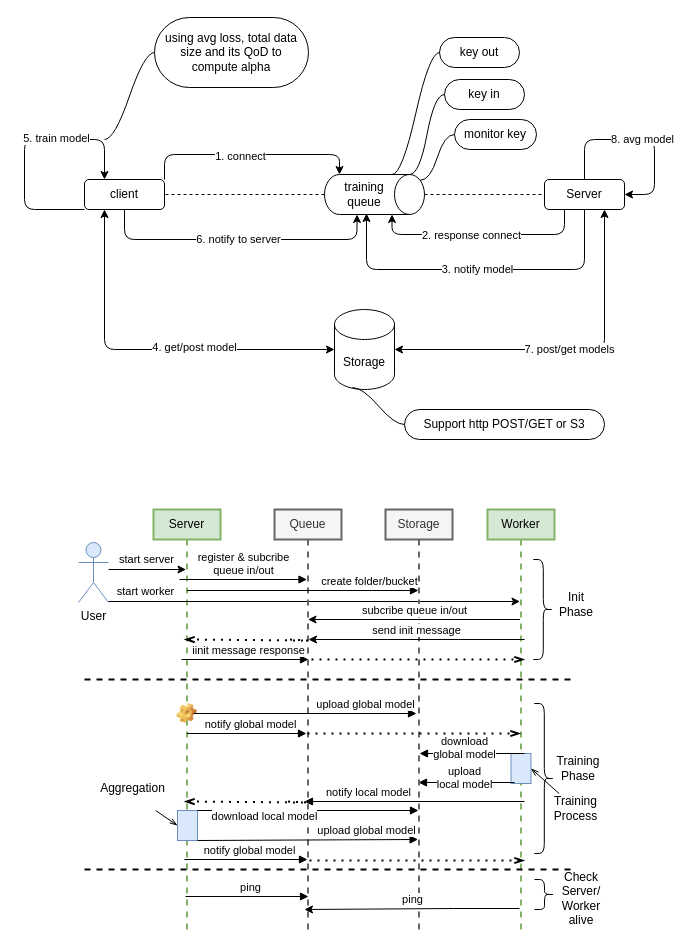
soeai/asyn2f keeps this draw.io diagram as page "Page-1" (1 of 6) of Diagram.drawio. Above is the earlier version. Source tidied: cells renumbered, new cells numbered last; positions are measured from the earlier drawing's top-left corner, leaving out a move shared by most shapes. Both pictures are drawn from the tidied source at 100%, with x=0, y=0 at pixel (24, 17).
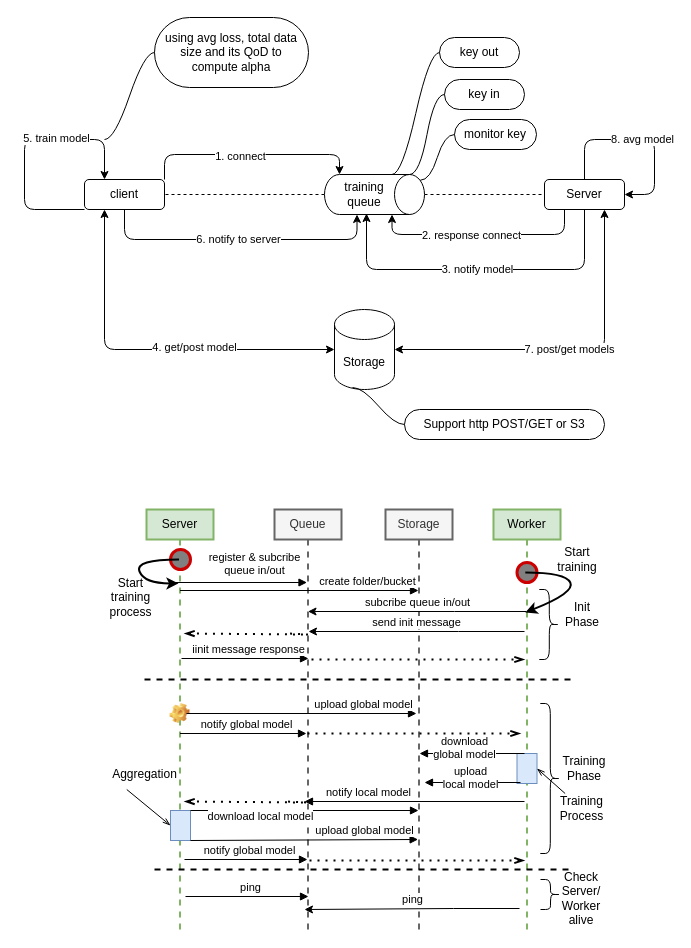
The same diagram, later.

Unchanged cells that the change refers to:
```xml
<mxCell id="33" style="rounded=0;whiteSpace=wrap;html=1;shadow=0;gradientDirection=east;fillColor=#dae8fc;strokeColor=#6c8ebf;" parent="31" vertex="1">
  <mxGeometry x="24" y="301" width="20" height="30" as="geometry" />
</mxCell>
<mxCell id="38" value="Queue" style="shape=umlLifeline;perimeter=lifelinePerimeter;whiteSpace=wrap;html=1;outlineConnect=0;shadow=0;gradientDirection=east;size=30;fillColor=#f5f5f5;fontColor=#333333;strokeColor=#666666;strokeWidth=2;" parent="1" vertex="1">
  <mxGeometry x="250" y="492" width="67" height="420" as="geometry" />
</mxCell>
```

The edit, as a diff of the source:
```diff
@@
     <mxCell id="31" value="Server" style="shape=umlLifeline;perimeter=lifelinePerimeter;whiteSpace=wrap;html=1;outlineConnect=0;shadow=0;gradientDirection=east;size=30;fillColor=#d5e8d4;strokeColor=#82b366;strokeWidth=2;" parent="1" vertex="1">
-      <mxGeometry x="129" y="492" width="67" height="420" as="geometry" />
+      <mxGeometry x="122" y="492" width="67" height="420" as="geometry" />
     </mxCell>
-    <mxCell id="32" value="start worker" style="edgeStyle=none;rounded=0;jettySize=auto;html=1;" parent="31" edge="1" target="34">
-      <mxGeometry x="-0.82" y="10" relative="1" as="geometry">
-        <mxPoint x="-45" y="92" as="sourcePoint" />
-      </mxGeometry>
-    </mxCell>
@@
+    <mxCell id="74" style="ellipse;whiteSpace=wrap;html=1;fillColor=#808080;strokeColor=#CC0000;strokeWidth=3;" parent="31" vertex="1">
+      <mxGeometry x="24" y="40" width="20" height="20" as="geometry" />
+    </mxCell>
     <mxCell id="34" value="Worker" style="shape=umlLifeline;perimeter=lifelinePerimeter;whiteSpace=wrap;html=1;outlineConnect=0;shadow=0;gradientDirection=east;size=30;fillColor=#d5e8d4;strokeColor=#82b366;strokeWidth=2;" parent="1" vertex="1">
-      <mxGeometry x="463" y="492" width="67" height="420" as="geometry" />
+      <mxGeometry x="469" y="492" width="67" height="420" as="geometry" />
     </mxCell>
@@
+    <mxCell id="75" style="ellipse;whiteSpace=wrap;html=1;fillColor=#808080;strokeWidth=3;strokeColor=#CC0000;" parent="34" vertex="1">
+      <mxGeometry x="23.5" y="53" width="20" height="20" as="geometry" />
+    </mxCell>
@@
-    <mxCell id="43" value="start server" style="edgeStyle=none;rounded=0;jettySize=auto;html=1;" parent="1" edge="1" target="31">
-      <mxGeometry x="-0.03" y="10" relative="1" as="geometry">
-        <mxPoint x="84" y="552" as="sourcePoint" />
-      </mxGeometry>
-    </mxCell>
-    <mxCell id="44" value="User" style="shape=umlActor;verticalLabelPosition=bottom;verticalAlign=top;html=1;shadow=0;gradientDirection=east;fillColor=#dae8fc;strokeColor=#6c8ebf;" parent="1" vertex="1">
-      <mxGeometry x="54" y="525" width="30" height="60" as="geometry" />
-    </mxCell>
-    <mxCell id="45" value="register &amp;amp; subcribe &lt;br&gt;queue in/out" style="html=1;verticalAlign=bottom;endArrow=block;rounded=0;" parent="1" edge="1" target="38">
-      <mxGeometry relative="1" as="geometry">
-        <mxPoint x="155" y="562" as="sourcePoint" />
+    <mxCell id="45" value="register &amp;amp; subcribe &lt;br&gt;queue in/out" style="html=1;verticalAlign=bottom;endArrow=block;rounded=0;" parent="1" edge="1">
+      <mxGeometry x="0.21" y="3" relative="1" as="geometry">
+        <mxPoint x="150" y="565" as="sourcePoint" />
+        <mxPoint x="282.5" y="565" as="targetPoint" />
       </mxGeometry>
     </mxCell>
@@
-    <mxCell id="47" value="subcribe queue in/out" style="html=1;verticalAlign=bottom;endArrow=none;rounded=0;startArrow=classic;startFill=1;endFill=0;" parent="1" edge="1" source="38" target="34">
+    <mxCell id="47" value="subcribe queue in/out" style="html=1;verticalAlign=bottom;endArrow=none;rounded=0;startArrow=classic;startFill=1;endFill=0;" parent="1" edge="1">
       <mxGeometry relative="1" as="geometry">
+        <mxPoint x="283.5" y="594" as="sourcePoint" />
+        <mxPoint x="501.5" y="594" as="targetPoint" />
         <Array as="points">
-          <mxPoint x="430" y="602" />
+          <mxPoint x="430" y="594" />
         </Array>
       </mxGeometry>
     </mxCell>
     <mxCell id="48" style="shape=curlyBracket;whiteSpace=wrap;html=1;rounded=1;flipH=1;shadow=0;gradientColor=none;gradientDirection=east;" parent="1" vertex="1">
-      <mxGeometry x="508.8" y="542" width="20" height="100" as="geometry" />
+      <mxGeometry x="514.8" y="572" width="20" height="70" as="geometry" />
     </mxCell>
     <mxCell id="49" value="Init Phase" style="text;html=1;strokeColor=none;fillColor=none;align=center;verticalAlign=middle;whiteSpace=wrap;rounded=0;shadow=0;" parent="1" vertex="1">
-      <mxGeometry x="527" y="572" width="50" height="30" as="geometry" />
+      <mxGeometry x="533" y="582" width="50" height="30" as="geometry" />
     </mxCell>
@@
     <mxCell id="55" style="endArrow=none;dashed=1;html=1;dashPattern=1 3;strokeWidth=2;rounded=0;endFill=0;endSize=4;startArrow=openThin;startFill=0;" parent="1" edge="1">
       <mxGeometry relative="1" as="geometry">
-        <mxPoint x="160" y="622" as="sourcePoint" />
-        <mxPoint x="264" y="622" as="targetPoint" />
+        <mxPoint x="160" y="616" as="sourcePoint" />
+        <mxPoint x="264" y="616" as="targetPoint" />
         <Array as="points">
-          <mxPoint x="284" y="623" />
+          <mxPoint x="284" y="617" />
         </Array>
       </mxGeometry>
     </mxCell>
@@
     <mxCell id="58" style="shape=curlyBracket;whiteSpace=wrap;html=1;rounded=1;flipH=1;shadow=0;gradientColor=none;gradientDirection=east;" parent="1" vertex="1">
-      <mxGeometry x="509.8" y="686" width="20" height="150" as="geometry" />
+      <mxGeometry x="515.8" y="686" width="20" height="150" as="geometry" />
     </mxCell>
     <mxCell id="59" value="Training Phase" style="text;html=1;strokeColor=none;fillColor=none;align=center;verticalAlign=middle;whiteSpace=wrap;rounded=0;shadow=0;" parent="1" vertex="1">
-      <mxGeometry x="527.8" y="736" width="51.6" height="30" as="geometry" />
+      <mxGeometry x="533.8" y="736" width="51.6" height="30" as="geometry" />
     </mxCell>
-    <mxCell id="60" style="edgeStyle=none;rounded=0;jettySize=auto;html=1;entryX=0;entryY=0.5;entryDx=0;entryDy=0;startArrow=none;startFill=0;endArrow=openThin;endFill=0;endSize=6;" parent="1" edge="1" target="33">
-      <mxGeometry relative="1" as="geometry">
-        <mxPoint x="131.2" y="793" as="sourcePoint" />
-      </mxGeometry>
-    </mxCell>
-    <mxCell id="61" value="Aggregation" style="text;html=1;strokeColor=none;fillColor=none;align=center;verticalAlign=middle;whiteSpace=wrap;rounded=0;shadow=0;" parent="1" vertex="1">
-      <mxGeometry x="72" y="756" width="73" height="30" as="geometry" />
-    </mxCell>
@@
     <mxCell id="63" value="Training Process" style="text;html=1;strokeColor=none;fillColor=none;align=center;verticalAlign=middle;whiteSpace=wrap;rounded=0;shadow=0;" parent="1" vertex="1">
-      <mxGeometry x="525" y="776" width="53" height="30" as="geometry" />
+      <mxGeometry x="531" y="776" width="53" height="30" as="geometry" />
     </mxCell>
@@
     <mxCell id="65" value="send init message" style="html=1;verticalAlign=bottom;endArrow=none;rounded=0;startArrow=classic;startFill=1;endFill=0;" parent="1" edge="1">
       <mxGeometry relative="1" as="geometry">
-        <mxPoint x="284" y="622" as="sourcePoint" />
-        <mxPoint x="500" y="622" as="targetPoint" />
+        <mxPoint x="284" y="614" as="sourcePoint" />
+        <mxPoint x="500" y="614" as="targetPoint" />
         <Array as="points">
-          <mxPoint x="434" y="622" />
+          <mxPoint x="434" y="614" />
         </Array>
       </mxGeometry>
     </mxCell>
     <mxCell id="66" value="iinit message response" style="html=1;verticalAlign=bottom;endArrow=block;rounded=0;" parent="1" edge="1">
       <mxGeometry x="0.05" relative="1" as="geometry">
-        <mxPoint x="157" y="642" as="sourcePoint" />
-        <mxPoint x="284" y="642" as="targetPoint" />
+        <mxPoint x="157" y="641" as="sourcePoint" />
+        <mxPoint x="284" y="641" as="targetPoint" />
       </mxGeometry>
     </mxCell>
     <mxCell id="67" style="shape=image;html=1;verticalLabelPosition=bottom;verticalAlign=top;imageAspect=0;image=img/clipart/Gear_128x128.png;shadow=0;gradientColor=none;gradientDirection=east;" parent="1" vertex="1">
-      <mxGeometry x="152.5" y="686" width="20" height="20" as="geometry" />
+      <mxGeometry x="145.5" y="686" width="20" height="20" as="geometry" />
     </mxCell>
     <mxCell id="68" style="html=1;verticalAlign=bottom;endArrow=none;rounded=0;" parent="1" edge="1" target="67">
       <mxGeometry x="0.53" relative="1" as="geometry">
-        <mxPoint x="169" y="696" as="sourcePoint" />
+        <mxPoint x="162" y="696" as="sourcePoint" />
       </mxGeometry>
     </mxCell>
@@
     <mxCell id="72" style="endArrow=none;dashed=1;html=1;rounded=0;strokeWidth=2;" parent="1" edge="1">
       <mxGeometry relative="1" as="geometry">
-        <mxPoint x="60" y="662" as="sourcePoint" />
+        <mxPoint x="120" y="662" as="sourcePoint" />
         <mxPoint x="550" y="662" as="targetPoint" />
       </mxGeometry>
     </mxCell>
     <mxCell id="73" style="endArrow=none;dashed=1;html=1;rounded=0;strokeWidth=2;" parent="1" edge="1">
       <mxGeometry relative="1" as="geometry">
-        <mxPoint x="60" y="852" as="sourcePoint" />
+        <mxPoint x="130" y="852" as="sourcePoint" />
         <mxPoint x="550" y="852" as="targetPoint" />
       </mxGeometry>
     </mxCell>
+    <mxCell id="76" style="curved=1;endArrow=classic;html=1;rounded=0;entryX=0.478;entryY=0.176;entryDx=0;entryDy=0;entryPerimeter=0;strokeWidth=2;" parent="1" edge="1" source="31" target="31">
+      <mxGeometry relative="1" as="geometry">
+        <Array as="points">
+          <mxPoint x="110" y="542" />
+          <mxPoint x="120" y="566" />
+        </Array>
+      </mxGeometry>
+    </mxCell>
+    <mxCell id="77" style="curved=1;endArrow=classic;html=1;rounded=0;strokeWidth=2;" parent="1" edge="1">
+      <mxGeometry relative="1" as="geometry">
+        <mxPoint x="500.8" y="555" as="sourcePoint" />
+        <mxPoint x="500.8" y="595" as="targetPoint" />
+        <Array as="points">
+          <mxPoint x="540.8" y="555" />
+          <mxPoint x="550.8" y="575" />
+        </Array>
+      </mxGeometry>
+    </mxCell>
+    <mxCell id="78" value="Start training process" style="text;html=1;strokeColor=none;fillColor=none;align=center;verticalAlign=middle;whiteSpace=wrap;rounded=0;shadow=0;" parent="1" vertex="1">
+      <mxGeometry x="80" y="565" width="52.5" height="30" as="geometry" />
+    </mxCell>
+    <mxCell id="61" value="Aggregation" style="text;html=1;strokeColor=none;fillColor=none;align=center;verticalAlign=middle;whiteSpace=wrap;rounded=0;shadow=0;" parent="1" vertex="1">
+      <mxGeometry x="84" y="742" width="73" height="30" as="geometry" />
+    </mxCell>
+    <mxCell id="60" style="edgeStyle=none;rounded=0;jettySize=auto;html=1;entryX=0;entryY=0.5;entryDx=0;entryDy=0;startArrow=none;startFill=0;endArrow=openThin;endFill=0;endSize=6;exitX=0.25;exitY=1;exitDx=0;exitDy=0;" parent="1" edge="1" source="61" target="33">
+      <mxGeometry relative="1" as="geometry" />
+    </mxCell>
+    <mxCell id="79" value="Start training" style="text;html=1;strokeColor=none;fillColor=none;align=center;verticalAlign=middle;whiteSpace=wrap;rounded=0;shadow=0;" parent="1" vertex="1">
+      <mxGeometry x="529.3" y="527" width="47.7" height="30" as="geometry" />
+    </mxCell>
```
